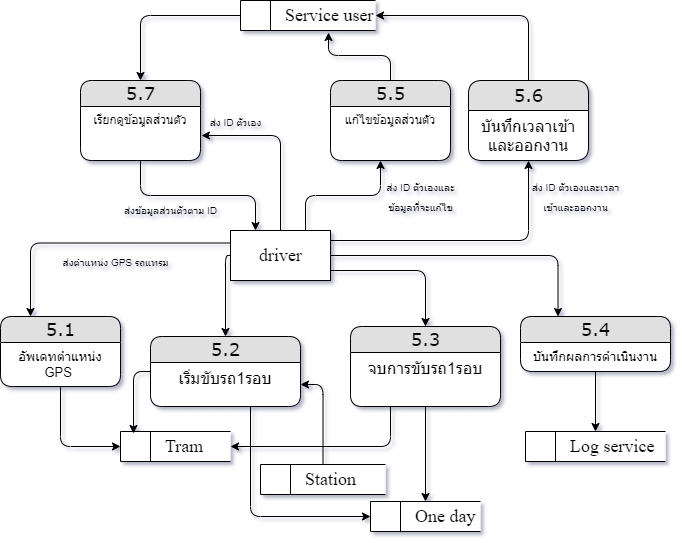
Domineice/Tram_tracking_draft keeps this draw.io diagram as Software_analysis/data_flow-5.drawio.png. Above is the earlier version. Source tidied: cells renumbered, new cells last; positions are measured from the earlier drawing's top-left corner, leaving out a move shared by most shapes.
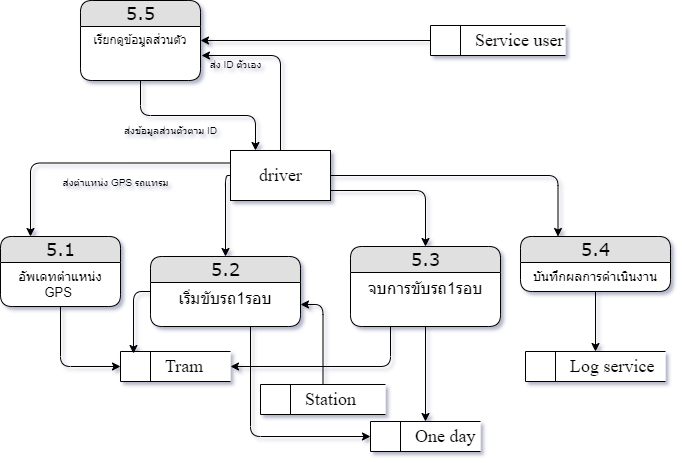
The same diagram one commit later.

Commit message:
Data flow

Change to the diagram source:
```diff
@@ -8,18 +8,6 @@
     <mxCell id="3" style="edgeStyle=orthogonalEdgeStyle;rounded=1;jettySize=auto;html=1;entryX=0.25;entryY=0;entryDx=0;entryDy=0;fontSize=10;" parent="1" edge="1" source="9" target="21">
       <mxGeometry relative="1" as="geometry" />
     </mxCell>
-    <mxCell id="4" style="edgeStyle=orthogonalEdgeStyle;rounded=1;jettySize=auto;html=1;fontSize=10;exitX=0.75;exitY=0;exitDx=0;exitDy=0;" parent="1" edge="1" source="9">
-      <mxGeometry relative="1" as="geometry">
-        <mxPoint x="380" y="160" as="targetPoint" />
-      </mxGeometry>
-    </mxCell>
-    <mxCell id="5" style="edgeStyle=orthogonalEdgeStyle;rounded=1;jettySize=auto;html=1;entryX=0.5;entryY=1;entryDx=0;entryDy=0;fontSize=10;" parent="1" edge="1" source="9" target="34">
-      <mxGeometry relative="1" as="geometry">
-        <Array as="points">
-          <mxPoint x="528" y="240" />
-        </Array>
-      </mxGeometry>
-    </mxCell>
     <mxCell id="6" style="edgeStyle=orthogonalEdgeStyle;rounded=1;jettySize=auto;html=1;entryX=0.5;entryY=0;entryDx=0;entryDy=0;fontSize=16;" parent="1" edge="1" source="9" target="31">
       <mxGeometry relative="1" as="geometry">
         <Array as="points">
@@ -59,7 +47,7 @@
       <mxGeometry relative="1" as="geometry" />
     </mxCell>
     <mxCell id="16" value="&lt;blockquote style=&quot;margin: 0 0 0 40px ; border: none ; padding: 0px&quot;&gt;Service user&lt;/blockquote&gt;" style="html=1;dashed=0;whitespace=wrap;shape=mxgraph.dfd.dataStoreID;align=left;spacingLeft=3;points=[[0,0],[0.5,0],[1,0],[0,0.5],[1,0.5],[0,1],[0.5,1],[1,1]];fontFamily=Times New Roman;fontSize=18;" parent="1" vertex="1">
-      <mxGeometry x="240" width="135" height="30" as="geometry" />
+      <mxGeometry x="430" y="105" width="135" height="30" as="geometry" />
     </mxCell>
     <mxCell id="17" style="edgeStyle=orthogonalEdgeStyle;rounded=1;jettySize=auto;html=1;entryX=0;entryY=0.5;entryDx=0;entryDy=0;fontSize=10;" parent="1" edge="1" source="18" target="12">
       <mxGeometry relative="1" as="geometry" />
@@ -82,21 +70,12 @@
     <mxCell id="23" style="edgeStyle=orthogonalEdgeStyle;rounded=1;jettySize=auto;html=1;entryX=0.25;entryY=0;entryDx=0;entryDy=0;fontSize=10;exitX=0.5;exitY=1;exitDx=0;exitDy=0;" parent="1" edge="1" source="24" target="9">
       <mxGeometry relative="1" as="geometry" />
     </mxCell>
-    <mxCell id="24" value="&lt;font style=&quot;font-size: 18px&quot;&gt;5.7&lt;br&gt;&lt;/font&gt;" style="swimlane;html=1;fontStyle=0;horizontal=1;startSize=26;fillColor=#e0e0e0;swimlaneFillColor=#ffffff;align=center;rounded=1;shadow=0;comic=0;labelBackgroundColor=none;strokeWidth=1;fontFamily=Verdana;fontSize=12;" parent="1" vertex="1">
+    <mxCell id="24" value="&lt;font style=&quot;font-size: 18px&quot;&gt;5.5&lt;br&gt;&lt;/font&gt;" style="swimlane;html=1;fontStyle=0;horizontal=1;startSize=26;fillColor=#e0e0e0;swimlaneFillColor=#ffffff;align=center;rounded=1;shadow=0;comic=0;labelBackgroundColor=none;strokeWidth=1;fontFamily=Verdana;fontSize=12;" parent="1" vertex="1">
       <mxGeometry x="80" y="80" width="120" height="80" as="geometry" />
     </mxCell>
     <mxCell id="25" value="&lt;span&gt;เรียกดูข้อมููลส่วนตัว&lt;br&gt;&lt;/span&gt;" style="text;html=1;strokeColor=none;fillColor=none;spacingLeft=4;spacingRight=4;whiteSpace=wrap;overflow=hidden;points=[[0,0.5],[1,0.5]];portConstraint=eastwest;align=center;" parent="24" vertex="1">
       <mxGeometry y="26" width="120" height="44" as="geometry" />
     </mxCell>
-    <mxCell id="26" style="edgeStyle=orthogonalEdgeStyle;rounded=1;jettySize=auto;html=1;entryX=0.652;entryY=1.067;entryDx=0;entryDy=0;entryPerimeter=0;fontSize=10;" parent="1" edge="1" source="27" target="16">
-      <mxGeometry relative="1" as="geometry" />
-    </mxCell>
-    <mxCell id="27" value="&lt;font style=&quot;font-size: 18px&quot;&gt;5.5&lt;br&gt;&lt;/font&gt;" style="swimlane;html=1;fontStyle=0;horizontal=1;startSize=26;fillColor=#e0e0e0;swimlaneFillColor=#ffffff;align=center;rounded=1;shadow=0;comic=0;labelBackgroundColor=none;strokeWidth=1;fontFamily=Verdana;fontSize=12;" parent="1" vertex="1">
-      <mxGeometry x="330" y="80" width="120" height="80" as="geometry" />
-    </mxCell>
-    <mxCell id="28" value="&lt;span&gt;แก้ไขข้อมููลส่วนตัว&lt;br&gt;&lt;/span&gt;" style="text;html=1;strokeColor=none;fillColor=none;spacingLeft=4;spacingRight=4;whiteSpace=wrap;overflow=hidden;align=center;" parent="27" vertex="1">
-      <mxGeometry y="26" width="120" height="44" as="geometry" />
-    </mxCell>
     <mxCell id="29" style="edgeStyle=orthogonalEdgeStyle;rounded=1;jettySize=auto;html=1;entryX=0.118;entryY=0.067;entryDx=0;entryDy=0;entryPerimeter=0;fontSize=16;" parent="1" edge="1" source="31" target="12">
       <mxGeometry relative="1" as="geometry">
         <Array as="points">
@@ -117,19 +96,6 @@
     <mxCell id="32" value="&lt;span style=&quot;font-size: 16px&quot;&gt;เริ่มขับรถ1รอบ&lt;/span&gt;" style="text;html=1;strokeColor=none;fillColor=none;spacingLeft=4;spacingRight=4;whiteSpace=wrap;overflow=hidden;points=[[0,0.5],[1,0.5]];portConstraint=eastwest;align=center;" parent="31" vertex="1">
       <mxGeometry y="26" width="150" height="44" as="geometry" />
     </mxCell>
-    <mxCell id="33" style="edgeStyle=orthogonalEdgeStyle;rounded=1;jettySize=auto;html=1;entryX=1;entryY=0.5;entryDx=0;entryDy=0;fontSize=16;" parent="1" edge="1" source="34" target="16">
-      <mxGeometry relative="1" as="geometry">
-        <Array as="points">
-          <mxPoint x="528" y="15" />
-        </Array>
-      </mxGeometry>
-    </mxCell>
-    <mxCell id="34" value="&lt;font style=&quot;font-size: 18px&quot;&gt;5.6&lt;br&gt;&lt;/font&gt;" style="swimlane;html=1;fontStyle=0;horizontal=1;startSize=30;fillColor=#e0e0e0;swimlaneFillColor=#ffffff;align=center;rounded=1;shadow=0;comic=0;labelBackgroundColor=none;strokeWidth=1;fontFamily=Verdana;fontSize=12;" parent="1" vertex="1">
-      <mxGeometry x="468" y="80" width="120" height="80" as="geometry" />
-    </mxCell>
-    <mxCell id="35" value="&lt;font style=&quot;font-size: 16px&quot;&gt;บันทึกเวลาเข้าและออกงาน&lt;/font&gt;" style="text;html=1;strokeColor=none;fillColor=none;spacingLeft=4;spacingRight=4;whiteSpace=wrap;overflow=hidden;align=center;" parent="34" vertex="1">
-      <mxGeometry y="30" width="120" height="44" as="geometry" />
-    </mxCell>
     <mxCell id="36" style="edgeStyle=orthogonalEdgeStyle;rounded=1;jettySize=auto;html=1;fontSize=16;" parent="1" edge="1" source="38" target="13">
       <mxGeometry relative="1" as="geometry" />
     </mxCell>
@@ -151,14 +117,8 @@
       <mxGeometry x="55" y="245" width="120" height="30" as="geometry" />
     </mxCell>
     <mxCell id="41" value="&lt;font style=&quot;font-size: 10px&quot;&gt;ส่ง ID ตัวเอง&lt;/font&gt;" style="text;html=1;align=center;verticalAlign=middle;strokeColor=none;fillColor=none;fontSize=16;" parent="1" vertex="1">
-      <mxGeometry x="200" y="105" width="70" height="30" as="geometry" />
+      <mxGeometry x="200" y="127" width="70" height="30" as="geometry" />
     </mxCell>
-    <mxCell id="42" value="&lt;font style=&quot;font-size: 10px&quot;&gt;ส่ง ID ตัวเองและ&lt;br&gt;ข้อมูลที่จะแก้ไข&lt;/font&gt;" style="text;html=1;align=center;verticalAlign=middle;strokeColor=none;fillColor=none;fontSize=16;" parent="1" vertex="1">
-      <mxGeometry x="380" y="170" width="80" height="50" as="geometry" />
-    </mxCell>
-    <mxCell id="43" value="&lt;font style=&quot;font-size: 10px&quot;&gt;ส่ง ID ตัวเองและเวลา&lt;br&gt;เข้าและออกงาน&lt;br&gt;&lt;/font&gt;" style="text;html=1;align=center;verticalAlign=middle;strokeColor=none;fillColor=none;fontSize=16;" parent="1" vertex="1">
-      <mxGeometry x="525" y="170" width="100" height="50" as="geometry" />
-    </mxCell>
     <mxCell id="44" value="ส่งข้อมูลส่วนตัวตาม ID" style="text;html=1;align=center;verticalAlign=middle;strokeColor=none;fillColor=none;fontSize=10;" parent="1" vertex="1">
       <mxGeometry x="115" y="200" width="110" height="20" as="geometry" />
     </mxCell>
```
